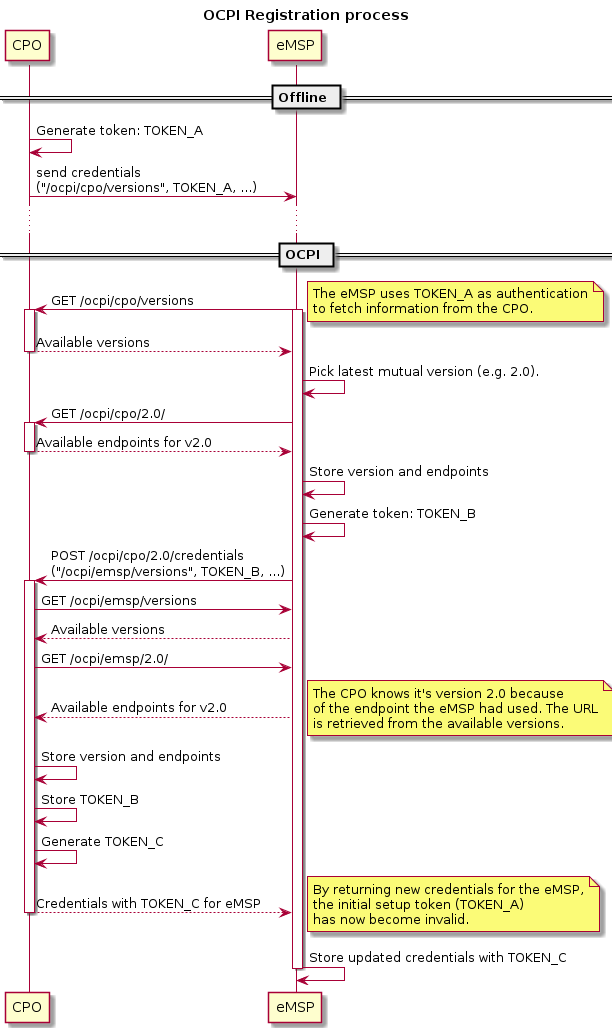
Earlier version of the PlantUML export data/registration-sequence.png (ocpi/ocpi).
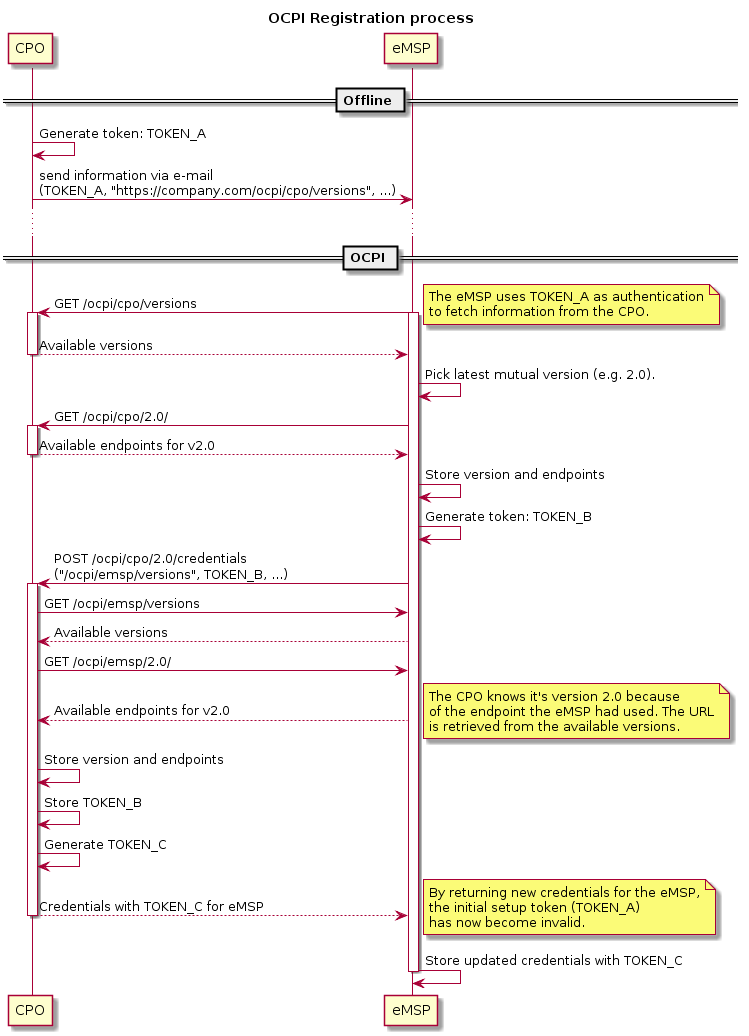
After the change.

Commit message:
Fixed issue: 39 (Major) updated registration diagram

The edit, as a diff of the source:
```diff
@@ -7,7 +7,7 @@
 == Offline ==
 
 CPO -> CPO: Generate token: TOKEN_A
-CPO -> eMSP: send credentials \n("/ocpi/cpo/versions", TOKEN_A, ...)
+CPO -> eMSP: send information via e-mail \n(TOKEN_A, "https://company.com/ocpi/cpo/versions", ...)
 
 ...
 
@@ -56,5 +56,4 @@
 eMSP -> eMSP: Store updated credentials with TOKEN_C
 
 deactivate eMSP
-
 @enduml
```
